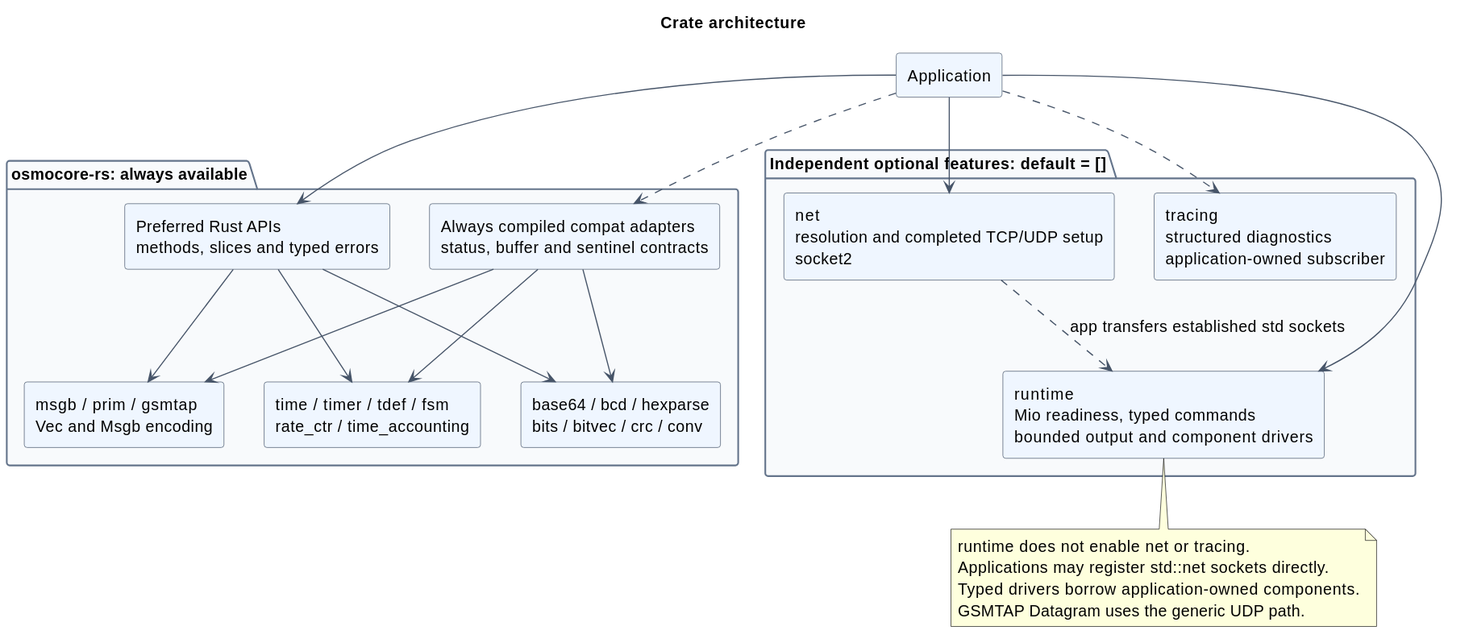
The PlantUML diagram docs/architecture/diagrams/generated/crate-architecture.svg in Silent-Wolf-Labs/osmocore-rs, before a commit. Its source is kept beside it as docs/architecture/diagrams/src/crate-architecture.puml.
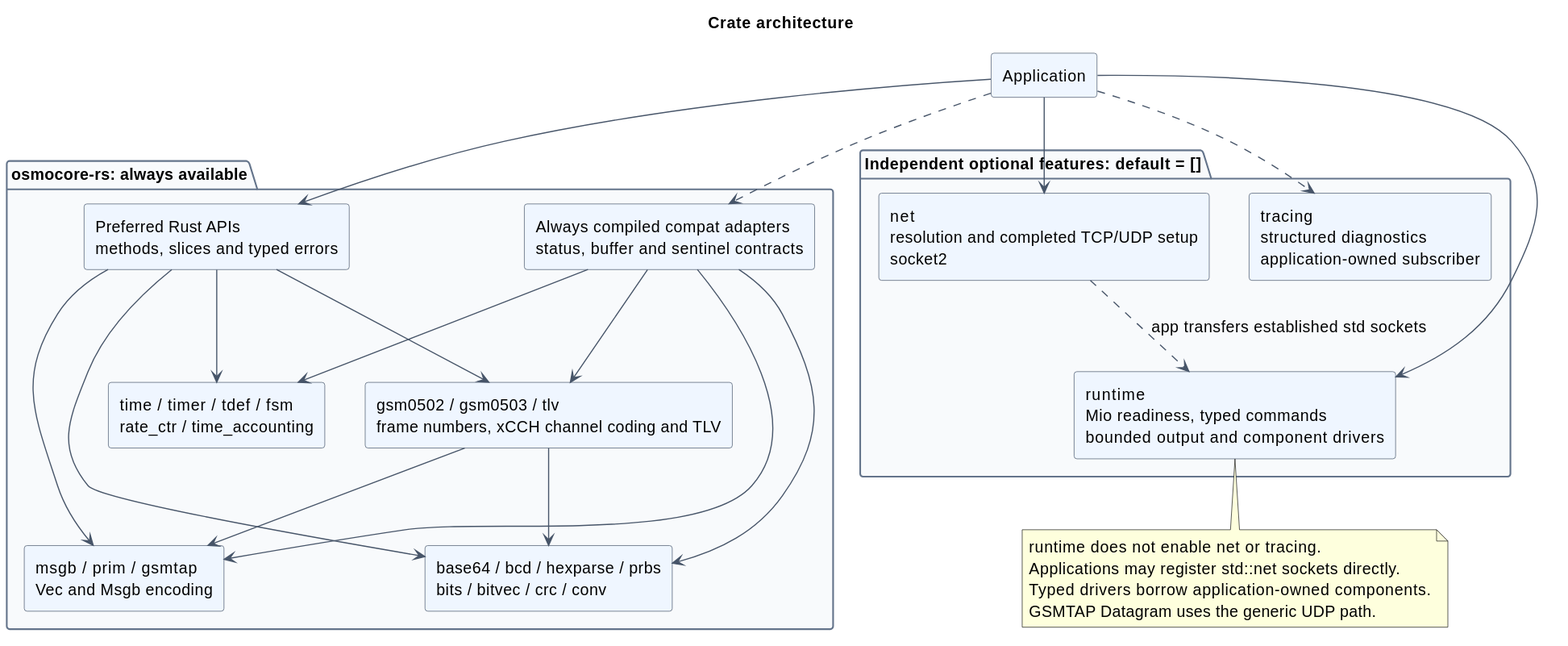
The same file after the commit.

Commit message:
docs(architecture): add tlv and regenerate the crate diagram

Diff of the diagram source:
```diff
@@ -16,7 +16,7 @@
 component "Preferred Rust APIs\nmethods, slices and typed errors" as preferred
 component "Always compiled compat adapters\nstatus, buffer and sentinel contracts" as compat
 component "base64 / bcd / hexparse / prbs\nbits / bitvec / crc / conv" as utilities
-component "gsm0502 / gsm0503\nframe numbers and xCCH channel coding" as gsm
+component "gsm0502 / gsm0503 / tlv\nframe numbers, xCCH channel coding and TLV" as gsm
 component "msgb / prim / gsmtap\nVec and Msgb encoding" as messages
 component "time / timer / tdef / fsm\nrate_ctr / time_accounting" as components
 }
@@ -36,6 +36,7 @@
 compat --> messages
 compat --> components
 gsm --> utilities
+gsm --> messages
 app --> net
 app --> runtime
 app ..> tracing
```
